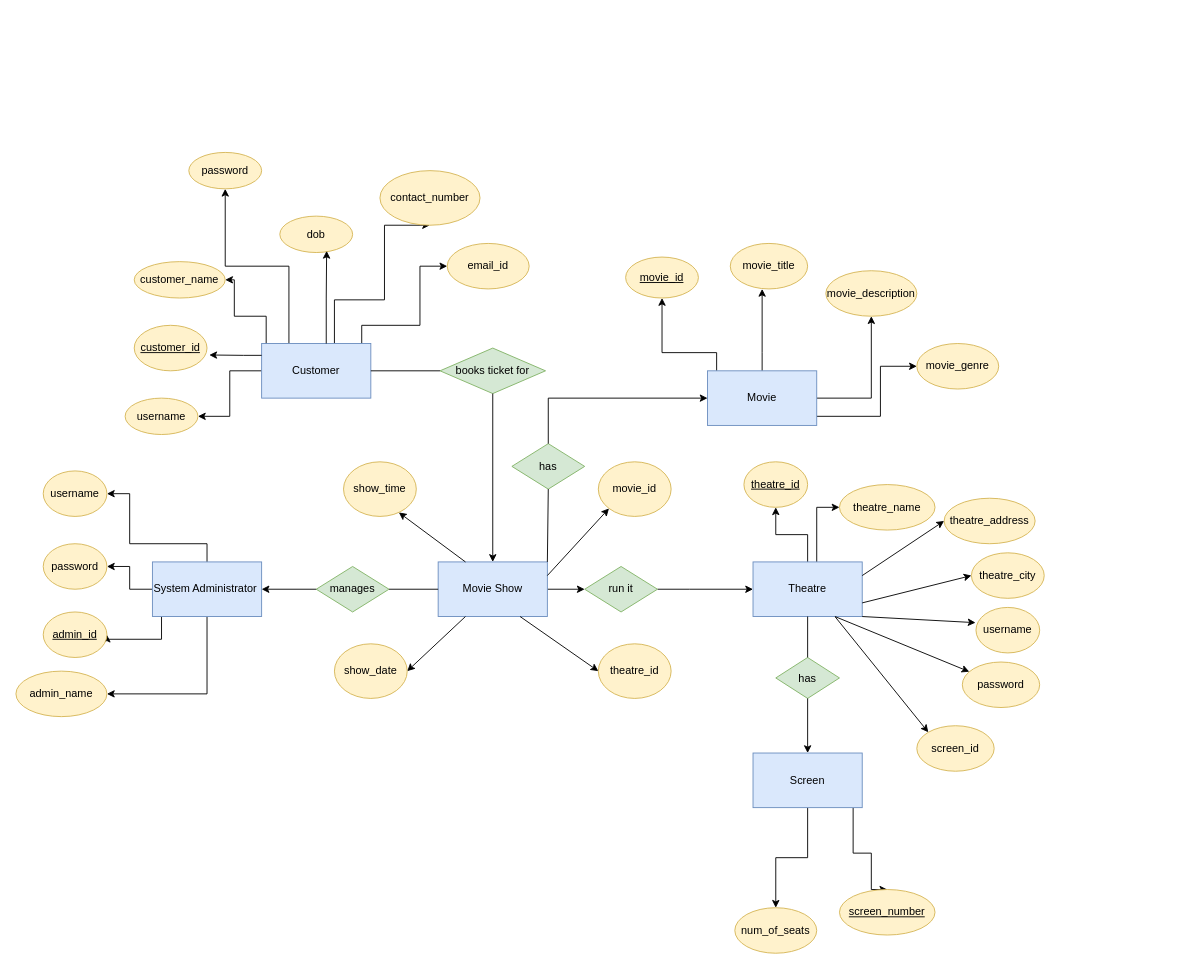
abhihksd/MovieBookingWebsite keeps this draw.io diagram as page "Page-2" (2 of 2) of usecase diagram.drawio. Above is the earlier version. Source tidied: cells renumbered, new cells numbered last; positions are measured from the earlier drawing's top-left corner, leaving out a move shared by most shapes. Both pictures are drawn from the tidied source at 91%, with x=0, y=0 at pixel (15, 152).
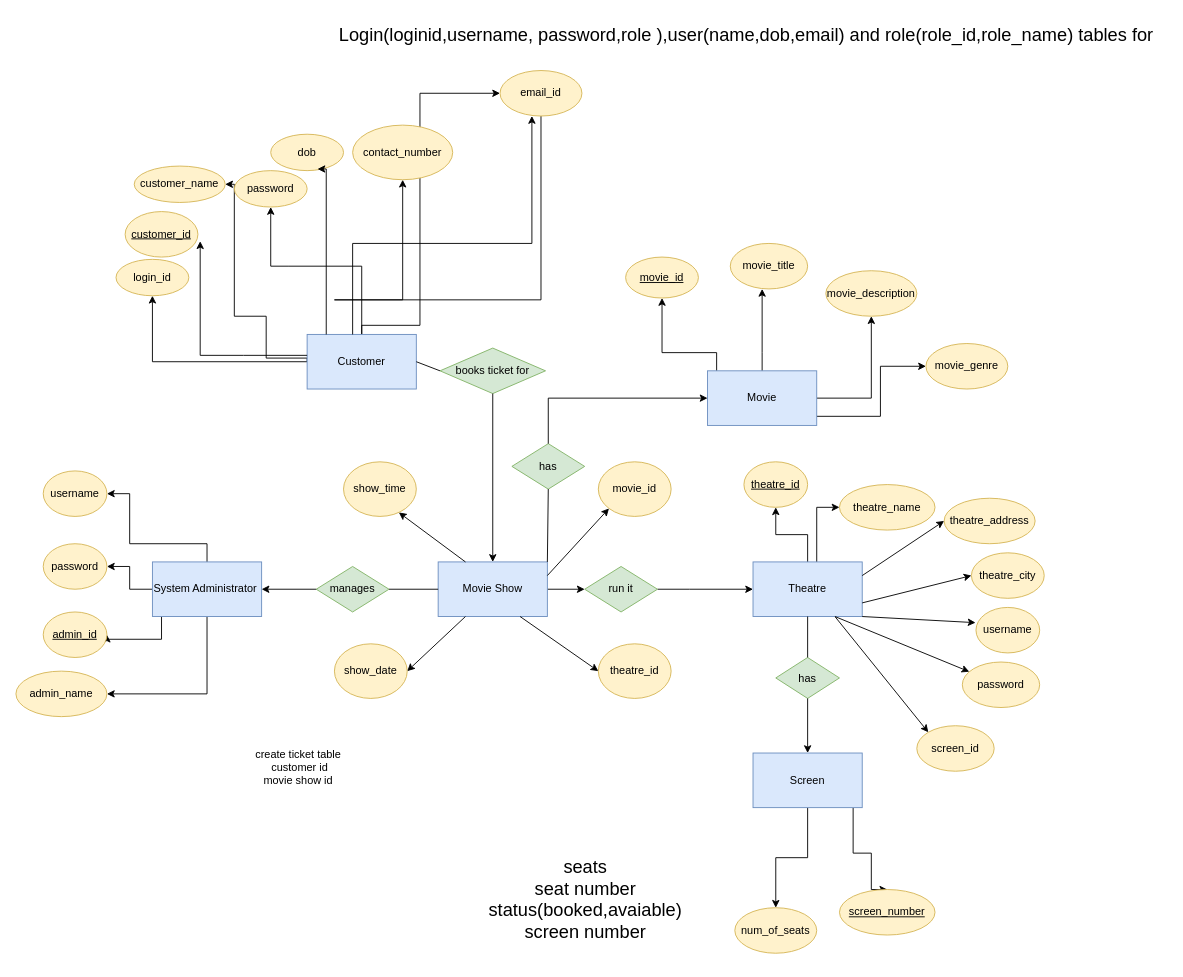
The same page after the edit.

Diff of the diagram source:
```diff
@@
-    <mxCell id="4" style="edgeStyle=orthogonalEdgeStyle;rounded=0;jettySize=auto;html=1;entryX=1;entryY=0.5;entryDx=0;entryDy=0;" parent="1" edge="1" target="42">
+    <mxCell id="4" style="edgeStyle=orthogonalEdgeStyle;rounded=0;jettySize=auto;html=1;entryX=1;entryY=0.5;entryDx=0;entryDy=0;exitX=0;exitY=0.5;exitDx=0;exitDy=0;" parent="1" edge="1" source="9" target="42">
       <mxGeometry relative="1" as="geometry">
-        <mxPoint x="310" y="225.9" as="sourcePoint" />
         <Array as="points">
+          <mxPoint x="344" y="226" />
           <mxPoint x="275" y="226" />
           <mxPoint x="275" y="180" />
           <mxPoint x="240" y="180" />
+          <mxPoint x="240" y="140" />
         </Array>
       </mxGeometry>
     </mxCell>
@@
-    <mxCell id="6" style="edgeStyle=orthogonalEdgeStyle;rounded=0;jettySize=auto;html=1;entryX=0.5;entryY=1;entryDx=0;entryDy=0;" parent="1" edge="1" source="9" target="45">
+    <mxCell id="6" style="edgeStyle=orthogonalEdgeStyle;rounded=0;jettySize=auto;html=1;entryX=0.5;entryY=1;entryDx=0;entryDy=0;" parent="1" edge="1" source="44" target="45">
       <mxGeometry relative="1" as="geometry">
         <Array as="points">
           <mxPoint x="350" y="162" />
           <mxPoint x="405" y="162" />
         </Array>
       </mxGeometry>
     </mxCell>
@@
     <mxCell id="9" value="Customer" style="rounded=0;whiteSpace=wrap;html=1;fillColor=#dae8fc;strokeColor=#6c8ebf;" parent="1" vertex="1">
-      <mxGeometry x="270" y="210" width="120" height="60" as="geometry" />
+      <mxGeometry x="320" y="200" width="120" height="60" as="geometry" />
     </mxCell>
@@
     <mxCell id="41" value="&lt;u&gt;customer_id&lt;/u&gt;" style="ellipse;whiteSpace=wrap;html=1;fillColor=#fff2cc;strokeColor=#d6b656;" parent="1" vertex="1">
-      <mxGeometry x="130" y="190" width="80" height="50" as="geometry" />
+      <mxGeometry x="120" y="65" width="80" height="50" as="geometry" />
     </mxCell>
     <mxCell id="42" value="customer_name" style="ellipse;whiteSpace=wrap;html=1;fillColor=#fff2cc;strokeColor=#d6b656;" parent="1" vertex="1">
-      <mxGeometry x="130" y="120" width="100" height="40" as="geometry" />
+      <mxGeometry x="130" y="15" width="100" height="40" as="geometry" />
     </mxCell>
     <mxCell id="43" value="dob" style="ellipse;whiteSpace=wrap;html=1;fillColor=#fff2cc;strokeColor=#d6b656;" parent="1" vertex="1">
-      <mxGeometry x="290" y="70" width="80" height="40" as="geometry" />
+      <mxGeometry x="280" y="-20" width="80" height="40" as="geometry" />
     </mxCell>
-    <mxCell id="44" value="email_id" style="ellipse;whiteSpace=wrap;html=1;fillColor=#fff2cc;strokeColor=#d6b656;" parent="1" vertex="1">
-      <mxGeometry x="474" y="100" width="90" height="50" as="geometry" />
-    </mxCell>
     <mxCell id="45" value="contact_number" style="ellipse;whiteSpace=wrap;html=1;fillColor=#fff2cc;strokeColor=#d6b656;" parent="1" vertex="1">
-      <mxGeometry x="400" y="20" width="110" height="60" as="geometry" />
+      <mxGeometry x="370" y="-30" width="110" height="60" as="geometry" />
     </mxCell>
@@
     <mxCell id="66" value="movie_genre" style="ellipse;whiteSpace=wrap;html=1;fillColor=#fff2cc;strokeColor=#d6b656;" parent="1" vertex="1">
-      <mxGeometry x="990" y="210" width="90" height="50" as="geometry" />
+      <mxGeometry x="1000" y="210" width="90" height="50" as="geometry" />
     </mxCell>
     <mxCell id="67" value="password" style="ellipse;whiteSpace=wrap;html=1;fillColor=#fff2cc;strokeColor=#d6b656;" parent="1" vertex="1">
-      <mxGeometry x="190" width="80" height="40" as="geometry" />
+      <mxGeometry x="240" y="20" width="80" height="40" as="geometry" />
     </mxCell>
-    <mxCell id="68" value="username" style="ellipse;whiteSpace=wrap;html=1;fillColor=#fff2cc;strokeColor=#d6b656;" parent="1" vertex="1">
-      <mxGeometry x="120" y="270" width="80" height="40" as="geometry" />
+    <mxCell id="68" value="login_id" style="ellipse;whiteSpace=wrap;html=1;fillColor=#fff2cc;strokeColor=#d6b656;" parent="1" vertex="1">
+      <mxGeometry x="110" y="117.5" width="80" height="40" as="geometry" />
     </mxCell>
@@
+    <mxCell id="79" value="create ticket table&lt;br&gt;&amp;nbsp;customer id&lt;br&gt;movie show id&lt;br&gt;&amp;nbsp;" style="text;html=1;align=center;verticalAlign=middle;strokeColor=none;fillColor=none;" parent="1" vertex="1">
+      <mxGeometry x="250" y="648" width="120" height="70" as="geometry" />
+    </mxCell>
+    <mxCell id="80" value="&lt;font style=&quot;font-size: 20px;&quot;&gt;seats&lt;br&gt;seat number&lt;br&gt;status(booked,avaiable)&lt;br&gt;screen number&lt;/font&gt;" style="text;html=1;strokeColor=none;fillColor=none;align=center;verticalAlign=middle;whiteSpace=wrap;rounded=0;" parent="1" vertex="1">
+      <mxGeometry x="532" y="750" width="188" height="140" as="geometry" />
+    </mxCell>
+    <mxCell id="81" style="edgeStyle=orthogonalEdgeStyle;rounded=0;orthogonalLoop=1;jettySize=auto;html=1;entryX=0.5;entryY=1;entryDx=0;entryDy=0;" parent="1" edge="1">
+      <mxGeometry relative="1" as="geometry">
+        <mxPoint x="370" y="200" as="sourcePoint" />
+        <mxPoint x="567" y="-40" as="targetPoint" />
+        <Array as="points">
+          <mxPoint x="370" y="100" />
+          <mxPoint x="567" y="100" />
+        </Array>
+      </mxGeometry>
+    </mxCell>
+    <mxCell id="44" value="email_id" style="ellipse;whiteSpace=wrap;html=1;fillColor=#fff2cc;strokeColor=#d6b656;" parent="1" vertex="1">
+      <mxGeometry x="532" y="-90" width="90" height="50" as="geometry" />
+    </mxCell>
+    <mxCell id="82" value="&lt;font style=&quot;font-size: 20px;&quot;&gt;Login(loginid,username, password,role ),user(name,dob,email) and role(role_id,role_name) tables for&amp;nbsp;&lt;/font&gt;" style="text;html=1;align=center;verticalAlign=middle;strokeColor=none;fillColor=none;" parent="1" vertex="1">
+      <mxGeometry x="345" y="-150" width="920" height="40" as="geometry" />
+    </mxCell>
```
